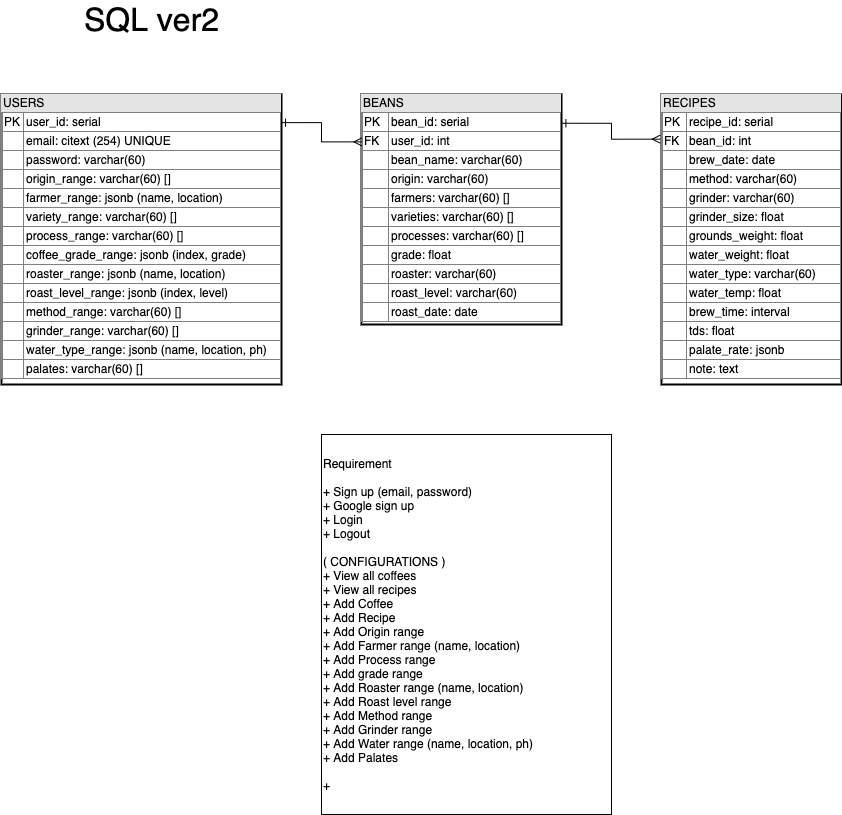
The draw.io diagram sql_design_v2.drawio.png in miyazakimaiko/coffeastock-client, before a commit. Source tidied: cells renumbered, new cells last; positions are measured from the earlier drawing's top-left corner, leaving out a move shared by most shapes. Its diagram source:
```xml
<mxGraphModel>
  <root>
    <mxCell id="0" />
    <mxCell id="1" parent="0" />
    <mxCell id="2" value="&lt;div style=&quot;box-sizing: border-box ; width: 100% ; background: #e4e4e4 ; padding: 2px&quot;&gt;USERS&lt;/div&gt;&lt;table style=&quot;width: 100% ; font-size: 1em ; border: 1px solid rgb(128 , 128 , 128) ; border-collapse: collapse&quot; cellpadding=&quot;2&quot; cellspacing=&quot;0&quot; border=&quot;1&quot;&gt;&lt;tbody&gt;&lt;tr&gt;&lt;td&gt;PK&lt;/td&gt;&lt;td&gt;user_id: serial&lt;/td&gt;&lt;/tr&gt;&lt;tr&gt;&lt;td&gt;&lt;br&gt;&lt;/td&gt;&lt;td&gt;email: citext (254) UNIQUE&lt;/td&gt;&lt;/tr&gt;&lt;tr&gt;&lt;td&gt;&lt;br&gt;&lt;/td&gt;&lt;td&gt;password: varchar(60)&lt;/td&gt;&lt;/tr&gt;&lt;tr&gt;&lt;td&gt;&lt;br&gt;&lt;/td&gt;&lt;td&gt;origin_range: varchar(60)&amp;nbsp;[]&lt;/td&gt;&lt;/tr&gt;&lt;tr&gt;&lt;td&gt;&lt;br&gt;&lt;/td&gt;&lt;td&gt;farmer_range: jsonb (name, location)&lt;/td&gt;&lt;/tr&gt;&lt;tr&gt;&lt;td&gt;&lt;br&gt;&lt;/td&gt;&lt;td&gt;variety_range: varchar(60)&amp;nbsp;[]&lt;/td&gt;&lt;/tr&gt;&lt;tr&gt;&lt;td&gt;&lt;br&gt;&lt;/td&gt;&lt;td&gt;process_range: varchar(60)&amp;nbsp;[]&lt;/td&gt;&lt;/tr&gt;&lt;tr&gt;&lt;td&gt;&lt;br&gt;&lt;/td&gt;&lt;td&gt;coffee_grade_range: jsonb (index, grade)&lt;/td&gt;&lt;/tr&gt;&lt;tr&gt;&lt;td&gt;&lt;br&gt;&lt;/td&gt;&lt;td&gt;roaster_range: jsonb (name, location)&lt;/td&gt;&lt;/tr&gt;&lt;tr&gt;&lt;td&gt;&lt;br&gt;&lt;/td&gt;&lt;td&gt;roast_level_range: jsonb (index, level)&lt;/td&gt;&lt;/tr&gt;&lt;tr&gt;&lt;td&gt;&lt;/td&gt;&lt;td&gt;method_range: varchar(60)&amp;nbsp;[]&lt;/td&gt;&lt;/tr&gt;&lt;tr&gt;&lt;td&gt;&lt;br&gt;&lt;/td&gt;&lt;td&gt;grinder_range: varchar(60)&amp;nbsp;[]&lt;/td&gt;&lt;/tr&gt;&lt;tr&gt;&lt;td&gt;&lt;br&gt;&lt;/td&gt;&lt;td&gt;water_type_range: jsonb (name, location, ph)&lt;/td&gt;&lt;/tr&gt;&lt;tr&gt;&lt;td&gt;&lt;br&gt;&lt;/td&gt;&lt;td&gt;palates: varchar(60)&amp;nbsp;[]&lt;/td&gt;&lt;/tr&gt;&lt;/tbody&gt;&lt;/table&gt;" style="verticalAlign=top;align=left;overflow=fill;html=1;strokeWidth=2;" parent="1" vertex="1">
      <mxGeometry y="90" width="280" height="290" as="geometry" />
    </mxCell>
    <mxCell id="3" value="&lt;div style=&quot;box-sizing: border-box ; width: 100% ; background: #e4e4e4 ; padding: 2px&quot;&gt;RECIPES&lt;/div&gt;&lt;table style=&quot;width: 100% ; font-size: 1em ; border: 1px solid rgb(128 , 128 , 128) ; border-collapse: collapse&quot; cellpadding=&quot;2&quot; cellspacing=&quot;0&quot; border=&quot;1&quot;&gt;&lt;tbody&gt;&lt;tr&gt;&lt;td&gt;PK&lt;/td&gt;&lt;td&gt;recipe_id: serial&lt;/td&gt;&lt;/tr&gt;&lt;tr&gt;&lt;td&gt;FK&lt;/td&gt;&lt;td&gt;bean_id: int&lt;/td&gt;&lt;/tr&gt;&lt;tr&gt;&lt;td&gt;&lt;br&gt;&lt;/td&gt;&lt;td&gt;brew_date: date&lt;/td&gt;&lt;/tr&gt;&lt;tr&gt;&lt;td&gt;&lt;/td&gt;&lt;td&gt;method: varchar(60)&lt;/td&gt;&lt;/tr&gt;&lt;tr&gt;&lt;td&gt;&lt;br&gt;&lt;/td&gt;&lt;td&gt;grinder: varchar(60)&lt;/td&gt;&lt;/tr&gt;&lt;tr&gt;&lt;td&gt;&lt;br&gt;&lt;/td&gt;&lt;td&gt;grinder_size: float&lt;/td&gt;&lt;/tr&gt;&lt;tr&gt;&lt;td&gt;&lt;br&gt;&lt;/td&gt;&lt;td&gt;grounds_weight: float&lt;/td&gt;&lt;/tr&gt;&lt;tr&gt;&lt;td&gt;&lt;br&gt;&lt;/td&gt;&lt;td&gt;water_weight: float&lt;/td&gt;&lt;/tr&gt;&lt;tr&gt;&lt;td&gt;&lt;br&gt;&lt;/td&gt;&lt;td&gt;water_type: varchar(60)&lt;/td&gt;&lt;/tr&gt;&lt;tr&gt;&lt;td&gt;&lt;br&gt;&lt;/td&gt;&lt;td&gt;water_temp: float&lt;/td&gt;&lt;/tr&gt;&lt;tr&gt;&lt;td&gt;&lt;br&gt;&lt;/td&gt;&lt;td&gt;brew_time: interval&lt;/td&gt;&lt;/tr&gt;&lt;tr&gt;&lt;td&gt;&lt;br&gt;&lt;/td&gt;&lt;td&gt;tds: float&lt;/td&gt;&lt;/tr&gt;&lt;tr&gt;&lt;td&gt;&lt;br&gt;&lt;/td&gt;&lt;td&gt;palate_rate: jsonb&lt;/td&gt;&lt;/tr&gt;&lt;tr&gt;&lt;td&gt;&lt;br&gt;&lt;/td&gt;&lt;td&gt;note: text&lt;/td&gt;&lt;/tr&gt;&lt;/tbody&gt;&lt;/table&gt;" style="verticalAlign=top;align=left;overflow=fill;html=1;strokeWidth=2;" parent="1" vertex="1">
      <mxGeometry x="660" y="90" width="180" height="290" as="geometry" />
    </mxCell>
    <mxCell id="4" value="&lt;div style=&quot;box-sizing: border-box ; width: 100% ; background: #e4e4e4 ; padding: 2px&quot;&gt;BEANS&lt;/div&gt;&lt;table style=&quot;width: 100% ; font-size: 1em ; border: 1px solid rgb(128 , 128 , 128) ; border-collapse: collapse&quot; cellpadding=&quot;2&quot; cellspacing=&quot;0&quot; border=&quot;1&quot;&gt;&lt;tbody&gt;&lt;tr&gt;&lt;td&gt;PK&lt;/td&gt;&lt;td&gt;bean_id: serial&lt;/td&gt;&lt;/tr&gt;&lt;tr&gt;&lt;td&gt;FK&lt;/td&gt;&lt;td&gt;user_id: int&lt;/td&gt;&lt;/tr&gt;&lt;tr&gt;&lt;td&gt;&lt;br&gt;&lt;/td&gt;&lt;td&gt;bean_name: varchar(60)&lt;/td&gt;&lt;/tr&gt;&lt;tr&gt;&lt;td&gt;&lt;/td&gt;&lt;td&gt;origin: varchar(60)&lt;/td&gt;&lt;/tr&gt;&lt;tr&gt;&lt;td&gt;&lt;br&gt;&lt;/td&gt;&lt;td&gt;farmers: varchar(60) []&lt;/td&gt;&lt;/tr&gt;&lt;tr&gt;&lt;td&gt;&lt;br&gt;&lt;/td&gt;&lt;td&gt;varieties: varchar(60)&amp;nbsp;[]&lt;/td&gt;&lt;/tr&gt;&lt;tr&gt;&lt;td&gt;&lt;br&gt;&lt;/td&gt;&lt;td&gt;processes: varchar(60) []&lt;/td&gt;&lt;/tr&gt;&lt;tr&gt;&lt;td&gt;&lt;br&gt;&lt;/td&gt;&lt;td&gt;grade: float&lt;/td&gt;&lt;/tr&gt;&lt;tr&gt;&lt;td&gt;&lt;br&gt;&lt;/td&gt;&lt;td&gt;roaster: varchar(60)&lt;/td&gt;&lt;/tr&gt;&lt;tr&gt;&lt;td&gt;&lt;br&gt;&lt;/td&gt;&lt;td&gt;roast_level: varchar(60)&lt;/td&gt;&lt;/tr&gt;&lt;tr&gt;&lt;td&gt;&lt;br&gt;&lt;/td&gt;&lt;td&gt;roast_date: date&lt;/td&gt;&lt;/tr&gt;&lt;/tbody&gt;&lt;/table&gt;" style="verticalAlign=top;align=left;overflow=fill;html=1;strokeWidth=2;" parent="1" vertex="1">
      <mxGeometry x="360" y="90" width="200" height="230" as="geometry" />
    </mxCell>
    <mxCell id="5" style="endArrow=ERmany;html=1;rounded=0;align=center;verticalAlign=bottom;endFill=0;labelBackgroundColor=none;exitX=1;exitY=0.097;exitDx=0;exitDy=0;exitPerimeter=0;edgeStyle=orthogonalEdgeStyle;startArrow=ERone;startFill=0;entryX=0.002;entryY=0.206;entryDx=0;entryDy=0;entryPerimeter=0;" parent="1" edge="1" source="2" target="4">
      <mxGeometry relative="1" as="geometry" />
    </mxCell>
    <mxCell id="6" style="endArrow=ERmany;html=1;rounded=0;align=center;verticalAlign=bottom;endFill=0;labelBackgroundColor=none;edgeStyle=orthogonalEdgeStyle;startArrow=ERone;startFill=0;entryX=-0.007;entryY=0.154;entryDx=0;entryDy=0;entryPerimeter=0;exitX=1.002;exitY=0.125;exitDx=0;exitDy=0;exitPerimeter=0;" parent="1" edge="1" source="4" target="3">
      <mxGeometry relative="1" as="geometry" />
    </mxCell>
    <mxCell id="7" value="&lt;font style=&quot;font-size: 32px&quot;&gt;SQL ver2&lt;/font&gt;" style="text;html=1;align=center;verticalAlign=middle;strokeColor=none;" parent="1" vertex="1">
      <mxGeometry x="75" width="150" height="30" as="geometry" />
    </mxCell>
    <mxCell id="8" value="Requirement&lt;br&gt;&lt;br&gt;&lt;div&gt;+ Sign up (email, password)&lt;/div&gt;&lt;div&gt;+ Google sign up&lt;/div&gt;&lt;div&gt;+ Login&lt;/div&gt;&lt;div&gt;+ Logout&lt;/div&gt;&lt;div&gt;&lt;br&gt;&lt;/div&gt;&lt;div&gt;( CONFIGURATIONS )&lt;/div&gt;&lt;div&gt;+ View all coffees&lt;/div&gt;&lt;div&gt;+ View all recipes&lt;/div&gt;&lt;div&gt;+ Add Coffee&lt;/div&gt;&lt;div&gt;+ Add Recipe&lt;/div&gt;&lt;div&gt;+ Add Origin range&lt;/div&gt;&lt;div&gt;+ Add Farmer range (name, location)&lt;/div&gt;&lt;div&gt;+ Add Process range&lt;/div&gt;&lt;div&gt;+ Add grade range&lt;/div&gt;&lt;div&gt;+ Add Roaster range (name, location)&lt;/div&gt;&lt;div&gt;+ Add Roast level range&lt;/div&gt;&lt;div&gt;+ Add Method range&lt;/div&gt;&lt;div&gt;+ Add Grinder range&lt;/div&gt;&lt;div&gt;+ Add Water range (name, location, ph)&lt;/div&gt;&lt;div&gt;+ Add Palates&lt;/div&gt;&lt;div&gt;&lt;br&gt;&lt;/div&gt;&lt;div&gt;+&lt;/div&gt;" style="html=1;align=left;" parent="1" vertex="1">
      <mxGeometry x="320" y="430" width="290" height="380" as="geometry" />
    </mxCell>
  </root>
</mxGraphModel>
```
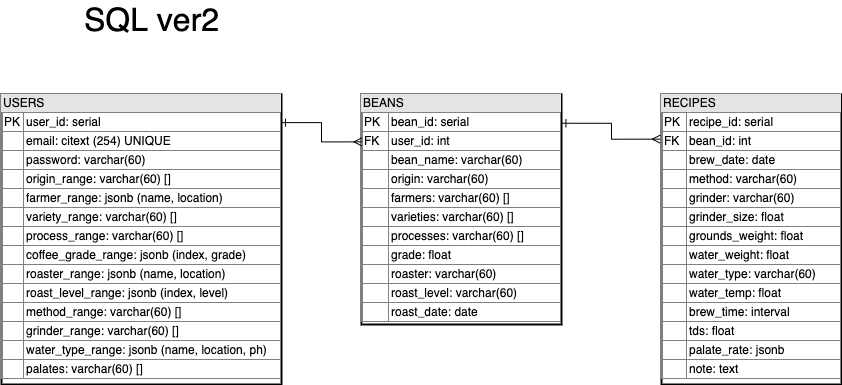
The same diagram one commit later.

Commit message:
Moved requirements list

The edit, as a diff of the source:
```diff
@@ -20,8 +20,5 @@
     <mxCell id="7" value="&lt;font style=&quot;font-size: 32px&quot;&gt;SQL ver2&lt;/font&gt;" style="text;html=1;align=center;verticalAlign=middle;strokeColor=none;" parent="1" vertex="1">
       <mxGeometry x="75" width="150" height="30" as="geometry" />
     </mxCell>
-    <mxCell id="8" value="Requirement&lt;br&gt;&lt;br&gt;&lt;div&gt;+ Sign up (email, password)&lt;/div&gt;&lt;div&gt;+ Google sign up&lt;/div&gt;&lt;div&gt;+ Login&lt;/div&gt;&lt;div&gt;+ Logout&lt;/div&gt;&lt;div&gt;&lt;br&gt;&lt;/div&gt;&lt;div&gt;( CONFIGURATIONS )&lt;/div&gt;&lt;div&gt;+ View all coffees&lt;/div&gt;&lt;div&gt;+ View all recipes&lt;/div&gt;&lt;div&gt;+ Add Coffee&lt;/div&gt;&lt;div&gt;+ Add Recipe&lt;/div&gt;&lt;div&gt;+ Add Origin range&lt;/div&gt;&lt;div&gt;+ Add Farmer range (name, location)&lt;/div&gt;&lt;div&gt;+ Add Process range&lt;/div&gt;&lt;div&gt;+ Add grade range&lt;/div&gt;&lt;div&gt;+ Add Roaster range (name, location)&lt;/div&gt;&lt;div&gt;+ Add Roast level range&lt;/div&gt;&lt;div&gt;+ Add Method range&lt;/div&gt;&lt;div&gt;+ Add Grinder range&lt;/div&gt;&lt;div&gt;+ Add Water range (name, location, ph)&lt;/div&gt;&lt;div&gt;+ Add Palates&lt;/div&gt;&lt;div&gt;&lt;br&gt;&lt;/div&gt;&lt;div&gt;+&lt;/div&gt;" style="html=1;align=left;" parent="1" vertex="1">
-      <mxGeometry x="320" y="430" width="290" height="380" as="geometry" />
-    </mxCell>
   </root>
 </mxGraphModel>
```
